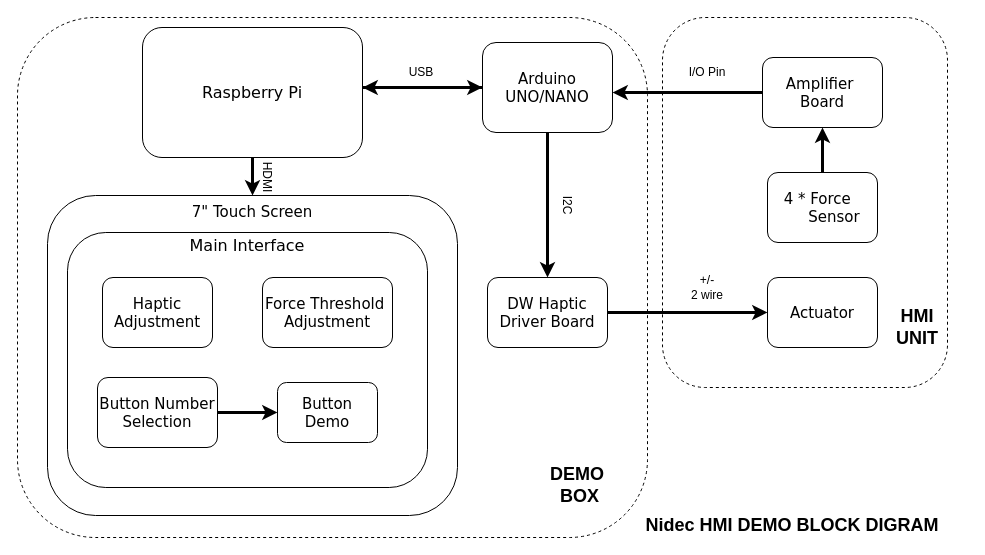
Above: Untitled Diagram.drawio in yinxingyi/DRAW.IO (draw.io), before the change. Source tidied: cells renumbered, new cells numbered last; positions are measured from the earlier drawing's top-left corner, leaving out a move shared by most shapes. Both pictures are drawn from the tidied source at 100%, with x=0, y=0 at pixel (17, 17).
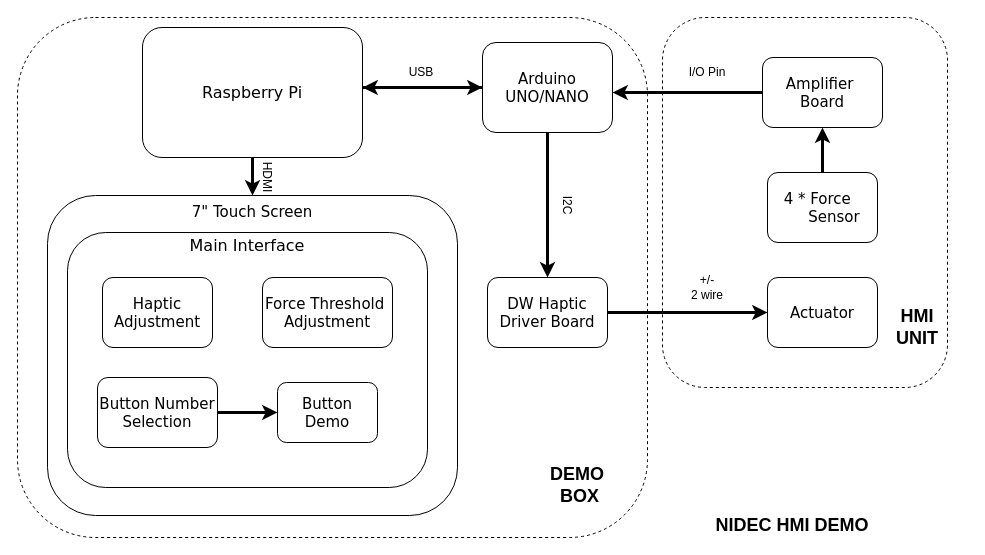
The same page after the edit.

What changed in the source:
```diff
@@
-    <mxCell id="30" value="&lt;font style=&quot;font-size: 18px&quot;&gt;&lt;b&gt;Nidec HMI DEMO BLOCK DIGRAM&lt;/b&gt;&lt;/font&gt;" style="text;html=1;strokeColor=none;fillColor=none;align=center;verticalAlign=middle;whiteSpace=wrap;rounded=0;dashed=1;" parent="1" vertex="1">
+    <mxCell id="30" value="&lt;font style=&quot;font-size: 18px&quot;&gt;&lt;b&gt;NIDEC HMI DEMO&lt;/b&gt;&lt;/font&gt;" style="text;html=1;strokeColor=none;fillColor=none;align=center;verticalAlign=middle;whiteSpace=wrap;rounded=0;dashed=1;" parent="1" vertex="1">
       <mxGeometry x="620" y="498" width="310" height="20" as="geometry" />
     </mxCell>
```
